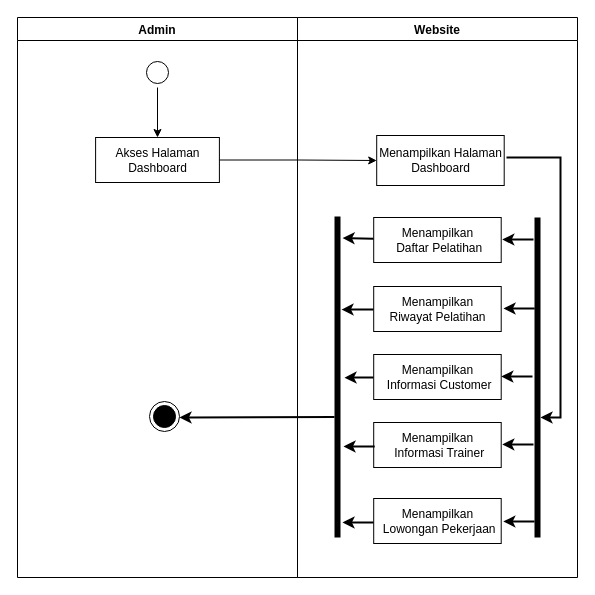
Earlier version of the draw.io diagram Diagram/activity_diagram/admin/admin menampilkan dashboard.drawio (secondline16/ptsuryasafetynusantara). Source tidied: cells renumbered, new cells numbered last; positions are measured from the earlier drawing's top-left corner, leaving out a move shared by most shapes. Both pictures are drawn from the tidied source at 100%, with x=0, y=0 at pixel (17, 17).
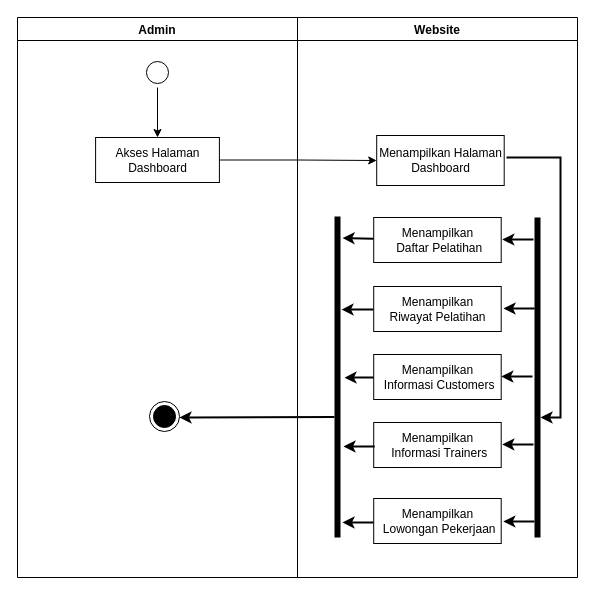
The same page after the edit.

Unchanged cells that the change refers to:
```xml
<mxCell id="2" value="Website" style="swimlane;fillColor=none;" parent="1" vertex="1">
  <mxGeometry x="280" width="280" height="560" as="geometry" />
</mxCell>
```

Diff of the diagram source:
```diff
@@
-    <mxCell id="10" value="Menampilkan &lt;br&gt;&amp;nbsp;Informasi Customer" style="html=1;strokeColor=#000000;fillColor=default;" parent="2" vertex="1">
+    <mxCell id="10" value="Menampilkan &lt;br&gt;&amp;nbsp;Informasi Customers" style="html=1;strokeColor=#000000;fillColor=default;" parent="2" vertex="1">
       <mxGeometry x="76.2" y="337" width="127.5" height="45" as="geometry" />
     </mxCell>
-    <mxCell id="11" value="Menampilkan &lt;br&gt;&amp;nbsp;Informasi Trainer" style="html=1;strokeColor=#000000;fillColor=default;" parent="2" vertex="1">
+    <mxCell id="11" value="Menampilkan &lt;br&gt;&amp;nbsp;Informasi Trainers" style="html=1;strokeColor=#000000;fillColor=default;" parent="2" vertex="1">
       <mxGeometry x="76.2" y="405" width="127.5" height="45" as="geometry" />
     </mxCell>
```
